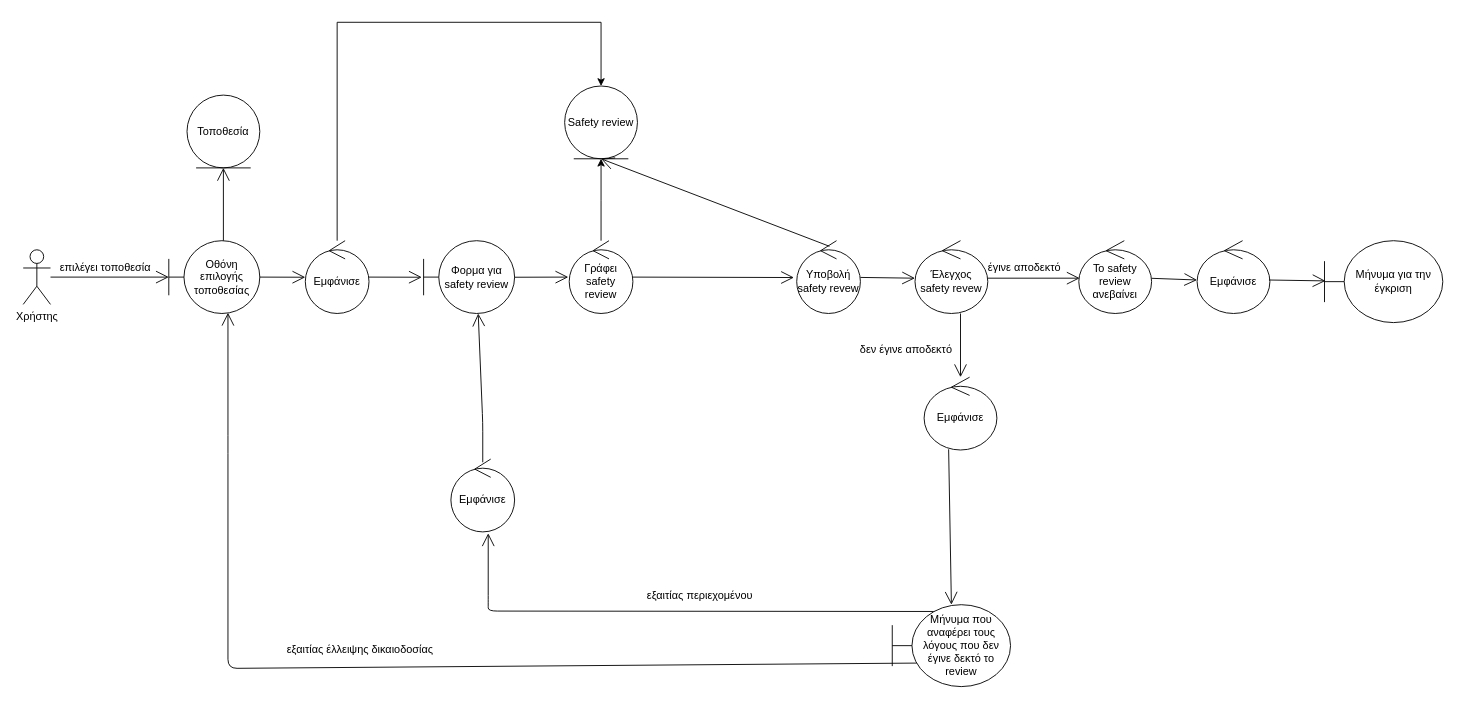
Above: Documents/DrawioResources/4th cycle/RobustnessNavigation.drawio in Mario-Sama/SoftEngProject2021 (draw.io), before the change. Source tidied: cells renumbered, new cells numbered last; positions are measured from the earlier drawing's top-left corner, leaving out a move shared by most shapes. Both pictures are drawn from the tidied source at 91%, with x=0, y=0 at pixel (23, 22).
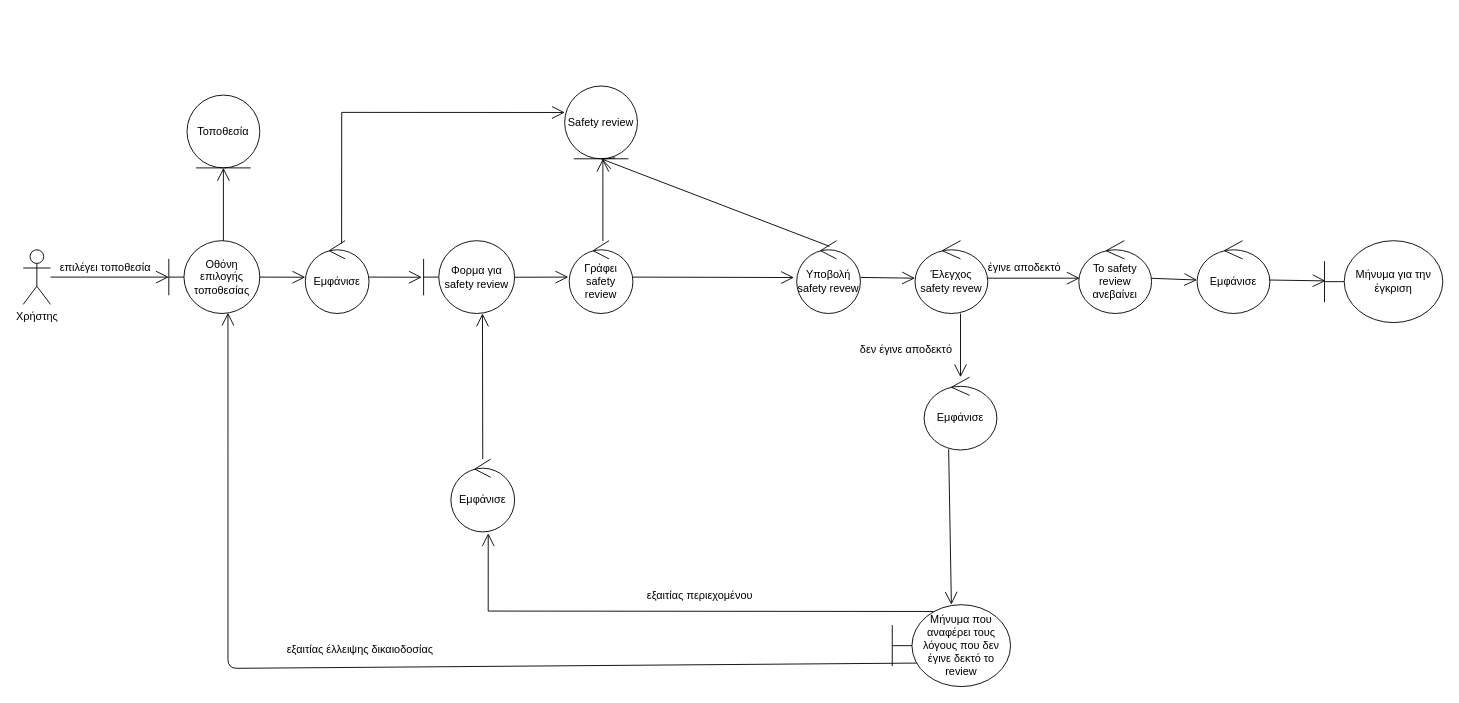
After the change.

Commit message (it also covers changes not shown here):
Βελτιωση του Safety Review + Μεταφορα του νεου Robustness στο τελικο αρχείο

The change refers to these unchanged cells:
```xml
<mxCell id="6" value="Εμφάνισε" style="ellipse;shape=umlControl;whiteSpace=wrap;html=1;" parent="1" vertex="1">
  <mxGeometry x="310" y="240" width="70" height="80" as="geometry" />
</mxCell>
<mxCell id="12" value="Φορμα για safety review" style="shape=umlBoundary;whiteSpace=wrap;html=1;" parent="1" vertex="1">
  <mxGeometry x="440" y="240" width="100" height="80" as="geometry" />
</mxCell>
<mxCell id="17" value="Safety review" style="ellipse;shape=umlEntity;whiteSpace=wrap;html=1;" parent="1" vertex="1">
  <mxGeometry x="595" y="70" width="80" height="80" as="geometry" />
</mxCell>
<mxCell id="20" value="Εμφάνισε" style="ellipse;shape=umlControl;whiteSpace=wrap;html=1;" parent="1" vertex="1">
  <mxGeometry x="470" y="480" width="70" height="80" as="geometry" />
</mxCell>
<mxCell id="23" value="Μήνυμα που αναφέρει τους λόγους που δεν έγινε δεκτό το review" style="shape=umlBoundary;whiteSpace=wrap;html=1;" parent="22" vertex="1">
  <mxGeometry x="105" y="400" width="130" height="90" as="geometry" />
</mxCell>
<mxCell id="39" value="Γράφει safety review" style="ellipse;shape=umlControl;whiteSpace=wrap;html=1;" parent="1" vertex="1">
  <mxGeometry x="600" y="240" width="70" height="80" as="geometry" />
</mxCell>
```

What changed in the source:
```diff
@@
-    <mxCell id="5" style="edgeStyle=orthogonalEdgeStyle;rounded=0;jettySize=auto;html=1;" parent="1" edge="1" source="6" target="17">
-      <mxGeometry relative="1" as="geometry">
-        <Array as="points">
-          <mxPoint x="345" />
-          <mxPoint x="635" />
-        </Array>
-      </mxGeometry>
-    </mxCell>
@@
-    <mxCell id="13" style="endArrow=open;endFill=1;endSize=12;html=1;entryX=0.6;entryY=1;entryDx=0;entryDy=0;entryPerimeter=0;exitX=0.5;exitY=0.044;exitDx=0;exitDy=0;exitPerimeter=0;" parent="1" edge="1" source="20" target="12">
-      <mxGeometry relative="1" as="geometry">
-        <Array as="points">
-          <mxPoint x="505" y="440" />
-        </Array>
-      </mxGeometry>
-    </mxCell>
@@
-    <mxCell id="21" style="endArrow=open;endFill=1;endSize=12;html=1;entryX=0.586;entryY=1.019;entryDx=0;entryDy=0;entryPerimeter=0;exitX=0.385;exitY=0.083;exitDx=0;exitDy=0;exitPerimeter=0;" parent="1" edge="1" source="23" target="20">
+    <mxCell id="21" style="endArrow=open;endFill=1;endSize=12;html=1;entryX=0.586;entryY=1.019;entryDx=0;entryDy=0;entryPerimeter=0;exitX=0.385;exitY=0.083;exitDx=0;exitDy=0;exitPerimeter=0;rounded=0;" parent="1" edge="1" source="23" target="20">
       <mxGeometry relative="1" as="geometry">
         <Array as="points">
           <mxPoint x="511" y="647" />
           <mxPoint x="511" y="640" />
         </Array>
       </mxGeometry>
     </mxCell>
@@
-    <mxCell id="38" style="edgeStyle=orthogonalEdgeStyle;rounded=0;jettySize=auto;html=1;" parent="1" edge="1" source="39">
-      <mxGeometry relative="1" as="geometry">
-        <mxPoint x="635" y="150" as="targetPoint" />
-      </mxGeometry>
-    </mxCell>
@@
+    <mxCell id="41" style="endArrow=open;endFill=1;endSize=12;html=1;exitX=0.529;exitY=0.004;exitDx=0;exitDy=0;exitPerimeter=0;" parent="1" edge="1" source="39">
+      <mxGeometry relative="1" as="geometry">
+        <mxPoint x="637" y="150" as="targetPoint" />
+      </mxGeometry>
+    </mxCell>
+    <mxCell id="5" style="endArrow=open;endFill=1;endSize=12;html=1;exitX=0.57;exitY=0.036;exitDx=0;exitDy=0;exitPerimeter=0;entryX=0.002;entryY=0.364;entryDx=0;entryDy=0;entryPerimeter=0;rounded=0;" parent="1" edge="1" source="6" target="17">
+      <mxGeometry relative="1" as="geometry">
+        <Array as="points">
+          <mxPoint x="350" y="99" />
+        </Array>
+      </mxGeometry>
+    </mxCell>
+    <mxCell id="13" style="endArrow=open;endFill=1;endSize=12;html=1;entryX=0.647;entryY=1;entryDx=0;entryDy=0;entryPerimeter=0;" parent="1" edge="1" source="20" target="12">
+      <mxGeometry relative="1" as="geometry" />
+    </mxCell>
```
